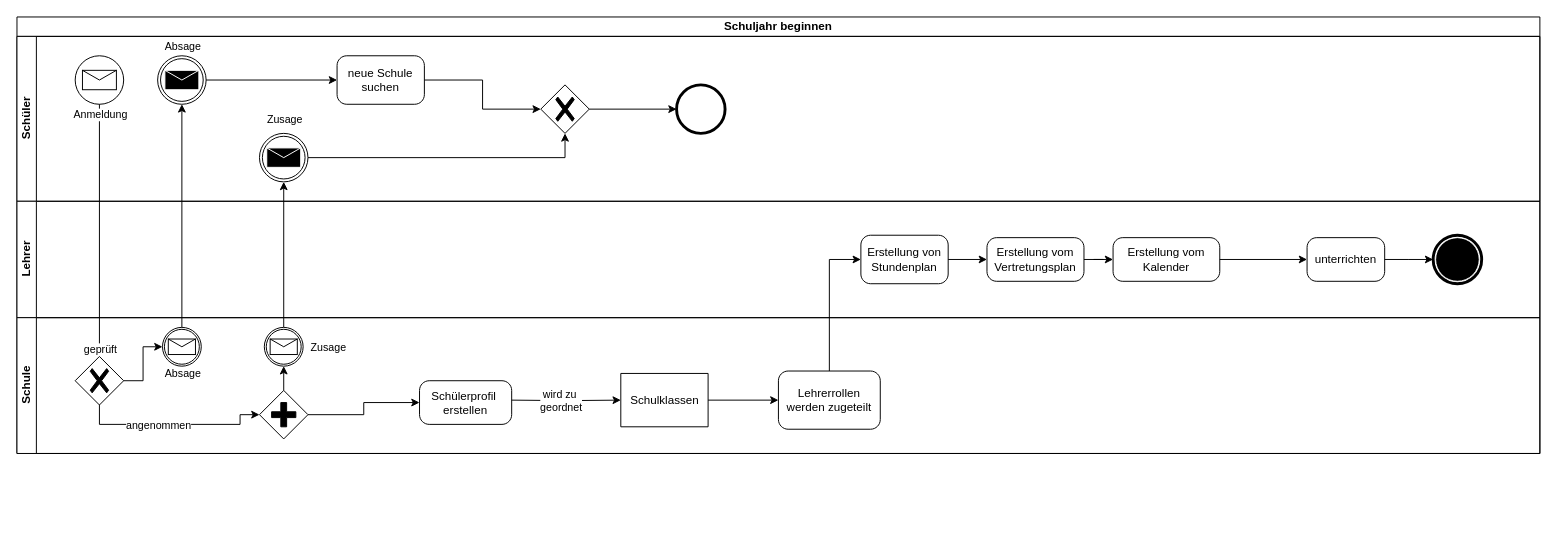
The draw.io diagram Aktivitätsdiagram.drawio in TrainFan1804/SchulverwaltungUML, before the edit. Source tidied: cells renumbered, new cells numbered last; positions are measured from the earlier drawing's top-left corner, leaving out a move shared by most shapes. Both pictures are drawn from the tidied source at 97%, with x=0, y=0 at pixel (16, 16).
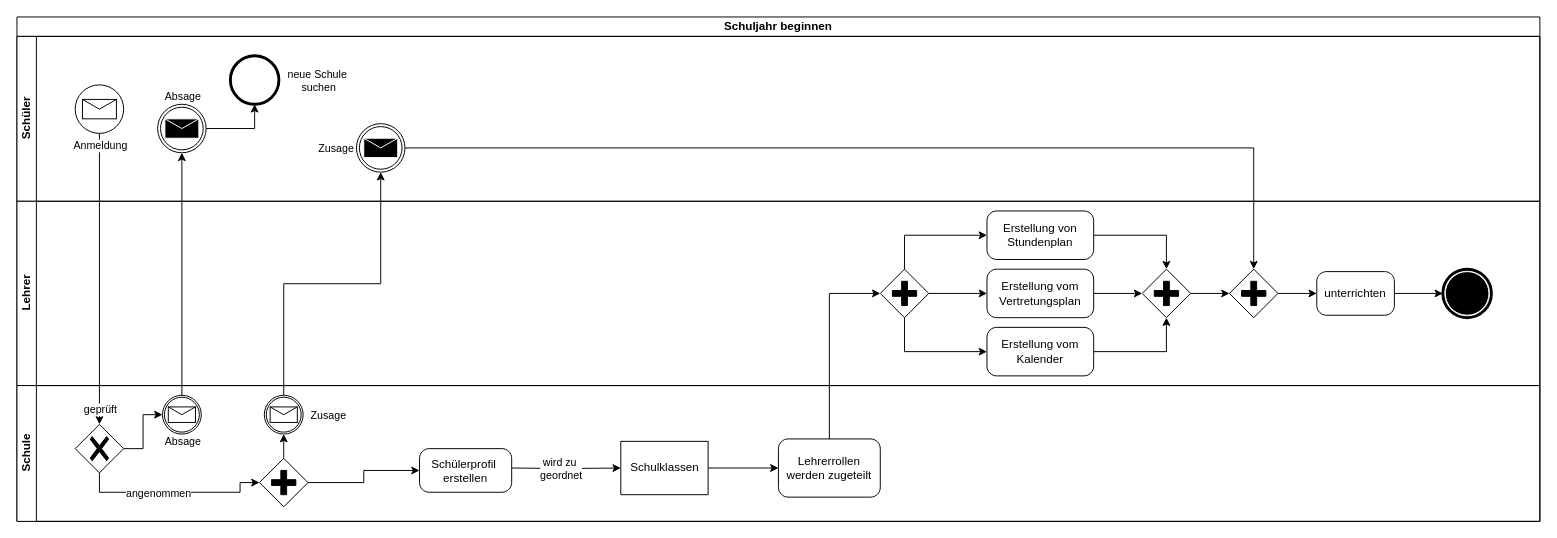
Above is the later version.

Unchanged cells that the change refers to:
```xml
<mxCell id="39" value="Lehrerrollen werden zugeteilt" style="points=[[0.25,0,0],[0.5,0,0],[0.75,0,0],[1,0.25,0],[1,0.5,0],[1,0.75,0],[0.75,1,0],[0.5,1,0],[0.25,1,0],[0,0.75,0],[0,0.5,0],[0,0.25,0]];shape=mxgraph.bpmn.task;whiteSpace=wrap;rectStyle=rounded;size=10;html=1;taskMarker=abstract;" parent="31" vertex="1">
  <mxGeometry x="785" y="55" width="105" height="60" as="geometry" />
</mxCell>
```

What changed in the source:
```diff
@@
     <mxCell id="2" value="Schuljahr beginnen" style="swimlane;html=1;horizontal=1;startSize=20;whiteSpace=wrap;" parent="1" vertex="1">
-      <mxGeometry width="1570" height="450" as="geometry" />
+      <mxGeometry width="1570" height="520" as="geometry" />
     </mxCell>
-    <mxCell id="3" value="Schüler" style="swimlane;html=1;startSize=20;horizontal=0;" parent="2" vertex="1">
+    <mxCell id="3" value="&lt;b&gt;Schüler&lt;/b&gt;" style="swimlane;html=1;startSize=20;horizontal=0;fontStyle=0;" parent="2" vertex="1">
       <mxGeometry y="20" width="1570" height="170" as="geometry" />
     </mxCell>
-    <mxCell id="4" value="neue Schule&lt;div&gt;suchen&lt;/div&gt;" style="points=[[0.25,0,0],[0.5,0,0],[0.75,0,0],[1,0.25,0],[1,0.5,0],[1,0.75,0],[0.75,1,0],[0.5,1,0],[0.25,1,0],[0,0.75,0],[0,0.5,0],[0,0.25,0]];shape=mxgraph.bpmn.task;whiteSpace=wrap;rectStyle=rounded;size=10;html=1;taskMarker=abstract;" parent="3" vertex="1">
-      <mxGeometry x="330" y="20" width="90" height="50" as="geometry" />
-    </mxCell>
-    <mxCell id="5" style="points=[[0.145,0.145,0],[0.5,0,0],[0.855,0.145,0],[1,0.5,0],[0.855,0.855,0],[0.5,1,0],[0.145,0.855,0],[0,0.5,0]];shape=mxgraph.bpmn.event;html=1;verticalLabelPosition=bottom;labelBackgroundColor=#ffffff;verticalAlign=top;align=center;perimeter=ellipsePerimeter;outlineConnect=0;outline=end;symbol=terminate2;" parent="3" vertex="1">
-      <mxGeometry x="680" y="50" width="50" height="50" as="geometry" />
-    </mxCell>
     <mxCell id="6" style="points=[[0.145,0.145,0],[0.5,0,0],[0.855,0.145,0],[1,0.5,0],[0.855,0.855,0],[0.5,1,0],[0.145,0.855,0],[0,0.5,0]];shape=mxgraph.bpmn.event;html=1;verticalLabelPosition=bottom;labelBackgroundColor=#ffffff;verticalAlign=top;align=center;perimeter=ellipsePerimeter;outlineConnect=0;outline=standard;symbol=message;" parent="3" vertex="1">
-      <mxGeometry x="60" y="20" width="50" height="50" as="geometry" />
+      <mxGeometry x="60" y="50" width="50" height="50" as="geometry" />
     </mxCell>
     <mxCell id="7" style="points=[[0.145,0.145,0],[0.5,0,0],[0.855,0.145,0],[1,0.5,0],[0.855,0.855,0],[0.5,1,0],[0.145,0.855,0],[0,0.5,0]];shape=mxgraph.bpmn.event;html=1;verticalLabelPosition=bottom;labelBackgroundColor=#ffffff;verticalAlign=top;align=center;perimeter=ellipsePerimeter;outlineConnect=0;outline=throwing;symbol=message;" parent="3" vertex="1">
-      <mxGeometry x="145" y="20" width="50" height="50" as="geometry" />
+      <mxGeometry x="145" y="70" width="50" height="50" as="geometry" />
     </mxCell>
-    <mxCell id="8" style="points=[[0.25,0.25,0],[0.5,0,0],[0.75,0.25,0],[1,0.5,0],[0.75,0.75,0],[0.5,1,0],[0.25,0.75,0],[0,0.5,0]];shape=mxgraph.bpmn.gateway2;html=1;verticalLabelPosition=bottom;labelBackgroundColor=#ffffff;verticalAlign=top;align=center;perimeter=rhombusPerimeter;outlineConnect=0;outline=none;symbol=none;gwType=exclusive;" parent="3" vertex="1">
-      <mxGeometry x="540" y="50" width="50" height="50" as="geometry" />
-    </mxCell>
     <mxCell id="9" style="points=[[0.145,0.145,0],[0.5,0,0],[0.855,0.145,0],[1,0.5,0],[0.855,0.855,0],[0.5,1,0],[0.145,0.855,0],[0,0.5,0]];shape=mxgraph.bpmn.event;html=1;verticalLabelPosition=bottom;labelBackgroundColor=#ffffff;verticalAlign=top;align=center;perimeter=ellipsePerimeter;outlineConnect=0;outline=throwing;symbol=message;" parent="3" vertex="1">
-      <mxGeometry x="250" y="100" width="50" height="50" as="geometry" />
+      <mxGeometry x="350" y="90" width="50" height="50" as="geometry" />
     </mxCell>
-    <mxCell id="10" style="edgeStyle=orthogonalEdgeStyle;rounded=0;jettySize=auto;html=1;entryX=0;entryY=0.5;entryDx=0;entryDy=0;entryPerimeter=0;" parent="3" edge="1" source="8" target="5">
-      <mxGeometry relative="1" as="geometry" />
-    </mxCell>
-    <mxCell id="11" style="edgeStyle=orthogonalEdgeStyle;rounded=0;jettySize=auto;html=1;entryX=0;entryY=0.5;entryDx=0;entryDy=0;entryPerimeter=0;" parent="3" edge="1" source="4" target="8">
-      <mxGeometry relative="1" as="geometry" />
-    </mxCell>
-    <mxCell id="12" style="edgeStyle=orthogonalEdgeStyle;rounded=0;jettySize=auto;html=1;entryX=0;entryY=0.5;entryDx=0;entryDy=0;entryPerimeter=0;" parent="3" edge="1" source="7" target="4">
-      <mxGeometry relative="1" as="geometry" />
-    </mxCell>
-    <mxCell id="13" style="edgeStyle=orthogonalEdgeStyle;rounded=0;jettySize=auto;html=1;entryX=0.5;entryY=1;entryDx=0;entryDy=0;entryPerimeter=0;" parent="3" edge="1" source="9" target="8">
-      <mxGeometry relative="1" as="geometry" />
-    </mxCell>
-    <mxCell id="14" value="Zusage" style="edgeLabel;html=1;align=center;verticalAlign=middle;" parent="13" vertex="1">
-      <mxGeometry x="-0.9" y="-1" relative="1" as="geometry">
-        <mxPoint x="-39" y="-41" as="offset" />
-      </mxGeometry>
-    </mxCell>
-    <mxCell id="15" value="Lehrer" style="swimlane;html=1;startSize=20;horizontal=0;" parent="2" vertex="1">
-      <mxGeometry y="190" width="1570" height="120" as="geometry" />
-    </mxCell>
-    <mxCell id="16" value="Erstellung von Stundenplan" style="points=[[0.25,0,0],[0.5,0,0],[0.75,0,0],[1,0.25,0],[1,0.5,0],[1,0.75,0],[0.75,1,0],[0.5,1,0],[0.25,1,0],[0,0.75,0],[0,0.5,0],[0,0.25,0]];shape=mxgraph.bpmn.task;whiteSpace=wrap;rectStyle=rounded;size=10;html=1;taskMarker=abstract;" parent="15" vertex="1">
-      <mxGeometry x="870" y="35" width="90" height="50" as="geometry" />
-    </mxCell>
-    <mxCell id="17" value="unterrichten" style="points=[[0.25,0,0],[0.5,0,0],[0.75,0,0],[1,0.25,0],[1,0.5,0],[1,0.75,0],[0.75,1,0],[0.5,1,0],[0.25,1,0],[0,0.75,0],[0,0.5,0],[0,0.25,0]];shape=mxgraph.bpmn.task;whiteSpace=wrap;rectStyle=rounded;size=10;html=1;taskMarker=abstract;" parent="15" vertex="1">
-      <mxGeometry x="1330" y="37.5" width="80" height="45" as="geometry" />
-    </mxCell>
-    <mxCell id="18" value="Erstellung vom Vertretungsplan" style="points=[[0.25,0,0],[0.5,0,0],[0.75,0,0],[1,0.25,0],[1,0.5,0],[1,0.75,0],[0.75,1,0],[0.5,1,0],[0.25,1,0],[0,0.75,0],[0,0.5,0],[0,0.25,0]];shape=mxgraph.bpmn.task;whiteSpace=wrap;rectStyle=rounded;size=10;html=1;taskMarker=abstract;" parent="15" vertex="1">
-      <mxGeometry x="1000" y="37.5" width="100" height="45" as="geometry" />
-    </mxCell>
-    <mxCell id="19" style="edgeStyle=orthogonalEdgeStyle;rounded=0;jettySize=auto;html=1;entryX=0;entryY=0.5;entryDx=0;entryDy=0;entryPerimeter=0;" parent="15" edge="1" source="16" target="18">
-      <mxGeometry relative="1" as="geometry" />
-    </mxCell>
-    <mxCell id="20" value="Erstellung vom&lt;div&gt;Kalender&lt;/div&gt;" style="points=[[0.25,0,0],[0.5,0,0],[0.75,0,0],[1,0.25,0],[1,0.5,0],[1,0.75,0],[0.75,1,0],[0.5,1,0],[0.25,1,0],[0,0.75,0],[0,0.5,0],[0,0.25,0]];shape=mxgraph.bpmn.task;whiteSpace=wrap;rectStyle=rounded;size=10;html=1;taskMarker=abstract;" parent="15" vertex="1">
-      <mxGeometry x="1130" y="37.5" width="110" height="45" as="geometry" />
-    </mxCell>
-    <mxCell id="21" style="edgeStyle=orthogonalEdgeStyle;rounded=0;jettySize=auto;html=1;entryX=0;entryY=0.5;entryDx=0;entryDy=0;entryPerimeter=0;" parent="15" edge="1" source="18" target="20">
-      <mxGeometry relative="1" as="geometry" />
-    </mxCell>
-    <mxCell id="22" style="edgeStyle=orthogonalEdgeStyle;rounded=0;jettySize=auto;html=1;entryX=0;entryY=0.5;entryDx=0;entryDy=0;entryPerimeter=0;" parent="15" edge="1" source="17">
-      <mxGeometry relative="1" as="geometry">
-        <mxPoint x="1460" y="60" as="targetPoint" />
-      </mxGeometry>
-    </mxCell>
-    <mxCell id="23" style="shape=mxgraph.bpmn.event;html=1;verticalLabelPosition=bottom;labelBackgroundColor=#ffffff;verticalAlign=top;align=center;perimeter=ellipsePerimeter;outline=end;symbol=terminate;" parent="15" vertex="1">
-      <mxGeometry x="1460" y="35" width="50" height="50" as="geometry" />
-    </mxCell>
-    <mxCell id="24" style="edgeStyle=orthogonalEdgeStyle;rounded=0;jettySize=auto;html=1;entryX=0;entryY=0.5;entryDx=0;entryDy=0;entryPerimeter=0;" parent="15" edge="1" source="20" target="17">
-      <mxGeometry relative="1" as="geometry" />
-    </mxCell>
+    <mxCell id="50" style="points=[[0.145,0.145,0],[0.5,0,0],[0.855,0.145,0],[1,0.5,0],[0.855,0.855,0],[0.5,1,0],[0.145,0.855,0],[0,0.5,0]];shape=mxgraph.bpmn.event;html=1;verticalLabelPosition=bottom;labelBackgroundColor=#ffffff;verticalAlign=top;align=center;perimeter=ellipsePerimeter;outlineConnect=0;outline=end;symbol=terminate2;" parent="3" vertex="1">
+      <mxGeometry x="220" y="20" width="50" height="50" as="geometry" />
+    </mxCell>
+    <mxCell id="51" style="edgeStyle=orthogonalEdgeStyle;rounded=0;jettySize=auto;html=1;entryX=0.5;entryY=1;entryDx=0;entryDy=0;entryPerimeter=0;" parent="3" edge="1" source="7" target="50">
+      <mxGeometry relative="1" as="geometry" />
+    </mxCell>
+    <mxCell id="4" value="neue Schule&amp;nbsp;&lt;div&gt;suchen&lt;/div&gt;" style="edgeLabel;html=1;align=center;verticalAlign=middle;points=[];" parent="51" vertex="1">
+      <mxGeometry x="-0.07" relative="1" as="geometry">
+        <mxPoint x="80" y="-50" as="offset" />
+      </mxGeometry>
+    </mxCell>
@@
+    <mxCell id="15" value="Lehrer" style="swimlane;html=1;startSize=20;horizontal=0;" parent="2" vertex="1">
+      <mxGeometry y="190" width="1570" height="190" as="geometry" />
+    </mxCell>
+    <mxCell id="52" style="edgeStyle=orthogonalEdgeStyle;rounded=0;jettySize=auto;html=1;" parent="15" edge="1" source="16" target="58">
+      <mxGeometry relative="1" as="geometry" />
+    </mxCell>
+    <mxCell id="16" value="Erstellung von Stundenplan" style="points=[[0.25,0,0],[0.5,0,0],[0.75,0,0],[1,0.25,0],[1,0.5,0],[1,0.75,0],[0.75,1,0],[0.5,1,0],[0.25,1,0],[0,0.75,0],[0,0.5,0],[0,0.25,0]];shape=mxgraph.bpmn.task;whiteSpace=wrap;rectStyle=rounded;size=10;html=1;taskMarker=abstract;" parent="15" vertex="1">
+      <mxGeometry x="1000" y="10" width="110" height="50" as="geometry" />
+    </mxCell>
+    <mxCell id="17" value="unterrichten" style="points=[[0.25,0,0],[0.5,0,0],[0.75,0,0],[1,0.25,0],[1,0.5,0],[1,0.75,0],[0.75,1,0],[0.5,1,0],[0.25,1,0],[0,0.75,0],[0,0.5,0],[0,0.25,0]];shape=mxgraph.bpmn.task;whiteSpace=wrap;rectStyle=rounded;size=10;html=1;taskMarker=abstract;" parent="15" vertex="1">
+      <mxGeometry x="1340" y="72.5" width="80" height="45" as="geometry" />
+    </mxCell>
+    <mxCell id="18" value="Erstellung vom Vertretungsplan" style="points=[[0.25,0,0],[0.5,0,0],[0.75,0,0],[1,0.25,0],[1,0.5,0],[1,0.75,0],[0.75,1,0],[0.5,1,0],[0.25,1,0],[0,0.75,0],[0,0.5,0],[0,0.25,0]];shape=mxgraph.bpmn.task;whiteSpace=wrap;rectStyle=rounded;size=10;html=1;taskMarker=abstract;" parent="15" vertex="1">
+      <mxGeometry x="1000" y="70" width="110" height="50" as="geometry" />
+    </mxCell>
+    <mxCell id="53" style="edgeStyle=orthogonalEdgeStyle;rounded=0;jettySize=auto;html=1;" parent="15" edge="1" source="20" target="58">
+      <mxGeometry relative="1" as="geometry" />
+    </mxCell>
+    <mxCell id="20" value="Erstellung vom&lt;div&gt;Kalender&lt;/div&gt;" style="points=[[0.25,0,0],[0.5,0,0],[0.75,0,0],[1,0.25,0],[1,0.5,0],[1,0.75,0],[0.75,1,0],[0.5,1,0],[0.25,1,0],[0,0.75,0],[0,0.5,0],[0,0.25,0]];shape=mxgraph.bpmn.task;whiteSpace=wrap;rectStyle=rounded;size=10;html=1;taskMarker=abstract;" parent="15" vertex="1">
+      <mxGeometry x="1000" y="130" width="110" height="50" as="geometry" />
+    </mxCell>
+    <mxCell id="22" style="edgeStyle=orthogonalEdgeStyle;rounded=0;jettySize=auto;html=1;entryX=0;entryY=0.5;entryDx=0;entryDy=0;entryPerimeter=0;" parent="15" edge="1" source="17">
+      <mxGeometry relative="1" as="geometry">
+        <mxPoint x="1470" y="95" as="targetPoint" />
+      </mxGeometry>
+    </mxCell>
+    <mxCell id="23" style="shape=mxgraph.bpmn.event;html=1;verticalLabelPosition=bottom;labelBackgroundColor=#ffffff;verticalAlign=top;align=center;perimeter=ellipsePerimeter;outline=end;symbol=terminate;" parent="15" vertex="1">
+      <mxGeometry x="1470" y="70" width="50" height="50" as="geometry" />
+    </mxCell>
+    <mxCell id="54" style="points=[[0.25,0.25,0],[0.5,0,0],[0.75,0.25,0],[1,0.5,0],[0.75,0.75,0],[0.5,1,0],[0.25,0.75,0],[0,0.5,0]];shape=mxgraph.bpmn.gateway2;html=1;verticalLabelPosition=bottom;labelBackgroundColor=#ffffff;verticalAlign=top;align=center;perimeter=rhombusPerimeter;outlineConnect=0;outline=none;symbol=none;gwType=parallel;" parent="15" vertex="1">
+      <mxGeometry x="890" y="70" width="50" height="50" as="geometry" />
+    </mxCell>
+    <mxCell id="55" style="edgeStyle=orthogonalEdgeStyle;rounded=0;jettySize=auto;html=1;entryX=0;entryY=0.5;entryDx=0;entryDy=0;entryPerimeter=0;" parent="15" edge="1" source="54" target="18">
+      <mxGeometry relative="1" as="geometry" />
+    </mxCell>
+    <mxCell id="56" style="edgeStyle=orthogonalEdgeStyle;rounded=0;jettySize=auto;html=1;entryX=0;entryY=0.5;entryDx=0;entryDy=0;entryPerimeter=0;" parent="15" edge="1" source="54" target="16">
+      <mxGeometry relative="1" as="geometry">
+        <Array as="points">
+          <mxPoint x="915" y="35" />
+        </Array>
+      </mxGeometry>
+    </mxCell>
+    <mxCell id="57" style="edgeStyle=orthogonalEdgeStyle;rounded=0;jettySize=auto;html=1;entryX=0;entryY=0.5;entryDx=0;entryDy=0;entryPerimeter=0;" parent="15" edge="1" source="54" target="20">
+      <mxGeometry relative="1" as="geometry">
+        <Array as="points">
+          <mxPoint x="915" y="155" />
+        </Array>
+      </mxGeometry>
+    </mxCell>
+    <mxCell id="58" style="points=[[0.25,0.25,0],[0.5,0,0],[0.75,0.25,0],[1,0.5,0],[0.75,0.75,0],[0.5,1,0],[0.25,0.75,0],[0,0.5,0]];shape=mxgraph.bpmn.gateway2;html=1;verticalLabelPosition=bottom;labelBackgroundColor=#ffffff;verticalAlign=top;align=center;perimeter=rhombusPerimeter;outlineConnect=0;outline=none;symbol=none;gwType=parallel;" parent="15" vertex="1">
+      <mxGeometry x="1160" y="70" width="50" height="50" as="geometry" />
+    </mxCell>
+    <mxCell id="59" style="edgeStyle=orthogonalEdgeStyle;rounded=0;jettySize=auto;html=1;entryX=0;entryY=0.5;entryDx=0;entryDy=0;entryPerimeter=0;" parent="15" edge="1" source="18" target="58">
+      <mxGeometry relative="1" as="geometry" />
+    </mxCell>
+    <mxCell id="60" style="edgeStyle=orthogonalEdgeStyle;rounded=0;jettySize=auto;html=1;" parent="15" edge="1" source="61" target="17">
+      <mxGeometry relative="1" as="geometry" />
+    </mxCell>
+    <mxCell id="61" style="points=[[0.25,0.25,0],[0.5,0,0],[0.75,0.25,0],[1,0.5,0],[0.75,0.75,0],[0.5,1,0],[0.25,0.75,0],[0,0.5,0]];shape=mxgraph.bpmn.gateway2;html=1;verticalLabelPosition=bottom;labelBackgroundColor=#ffffff;verticalAlign=top;align=center;perimeter=rhombusPerimeter;outlineConnect=0;outline=none;symbol=none;gwType=parallel;" parent="15" vertex="1">
+      <mxGeometry x="1250" y="70" width="50" height="50" as="geometry" />
+    </mxCell>
+    <mxCell id="62" style="edgeStyle=orthogonalEdgeStyle;rounded=0;jettySize=auto;html=1;entryX=0;entryY=0.5;entryDx=0;entryDy=0;entryPerimeter=0;" parent="15" edge="1" source="58" target="61">
+      <mxGeometry relative="1" as="geometry" />
+    </mxCell>
     <mxCell id="31" value="Schule" style="swimlane;html=1;startSize=20;horizontal=0;" parent="2" vertex="1">
-      <mxGeometry y="310" width="1570" height="140" as="geometry" />
+      <mxGeometry y="380" width="1570" height="140" as="geometry" />
     </mxCell>
@@
-    <mxCell id="49" style="edgeStyle=orthogonalEdgeStyle;rounded=0;jettySize=auto;html=1;entryX=0;entryY=0.5;entryDx=0;entryDy=0;entryPerimeter=0;" parent="2" edge="1" source="39" target="16">
-      <mxGeometry relative="1" as="geometry" />
-    </mxCell>
+    <mxCell id="63" style="edgeStyle=orthogonalEdgeStyle;rounded=0;jettySize=auto;html=1;entryX=0;entryY=0.5;entryDx=0;entryDy=0;entryPerimeter=0;" parent="2" edge="1" source="39" target="54">
+      <mxGeometry relative="1" as="geometry" />
+    </mxCell>
+    <mxCell id="64" style="edgeStyle=orthogonalEdgeStyle;rounded=0;jettySize=auto;html=1;exitX=1;exitY=0.5;exitDx=0;exitDy=0;exitPerimeter=0;" parent="2" edge="1" source="9" target="61">
+      <mxGeometry relative="1" as="geometry" />
+    </mxCell>
+    <mxCell id="14" value="Zusage" style="edgeLabel;html=1;align=center;verticalAlign=middle;" parent="64" vertex="1">
+      <mxGeometry x="-0.97" relative="1" as="geometry">
+        <mxPoint x="-87" as="offset" />
+      </mxGeometry>
+    </mxCell>
```
